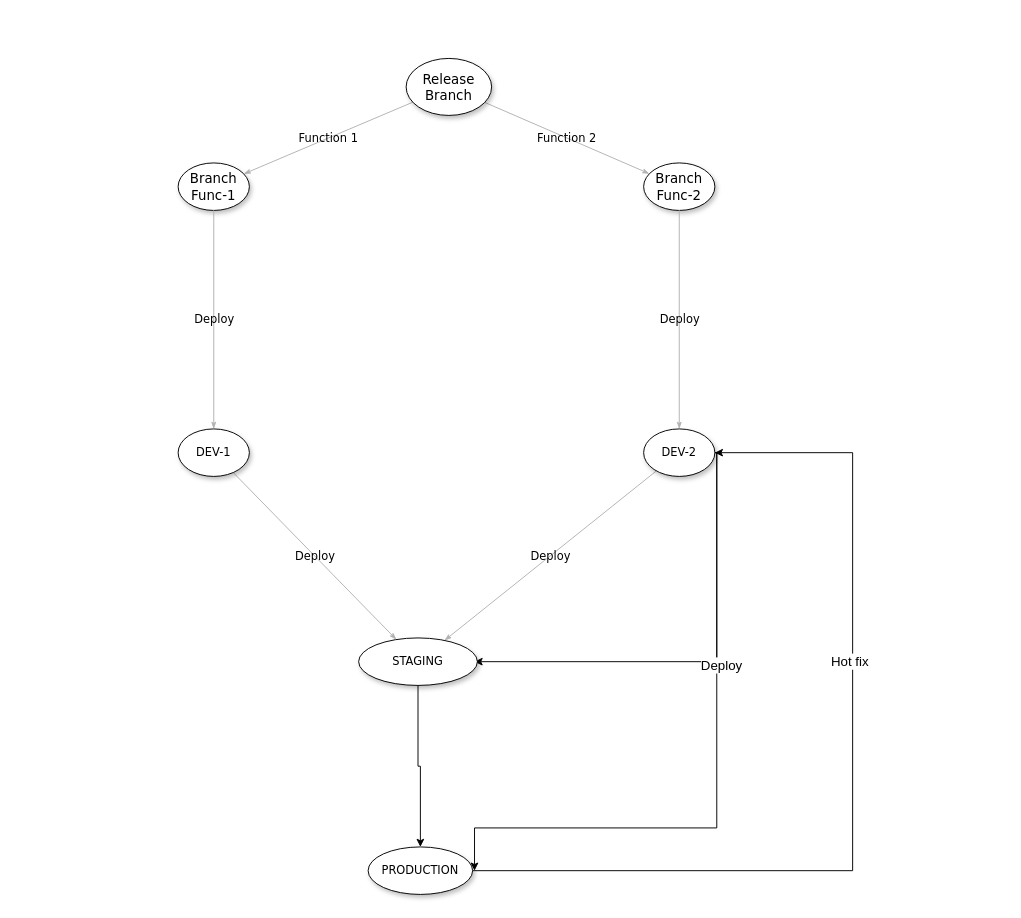
The draw.io diagram Untitled Diagram.drawio in Yangsou/blogNT, before the edit. Source tidied: cells renumbered, new cells numbered last; positions are measured from the earlier drawing's top-left corner, leaving out a move shared by most shapes. Both pictures are drawn from the tidied source at 95%, with x=0, y=0 at pixel (178, 58).
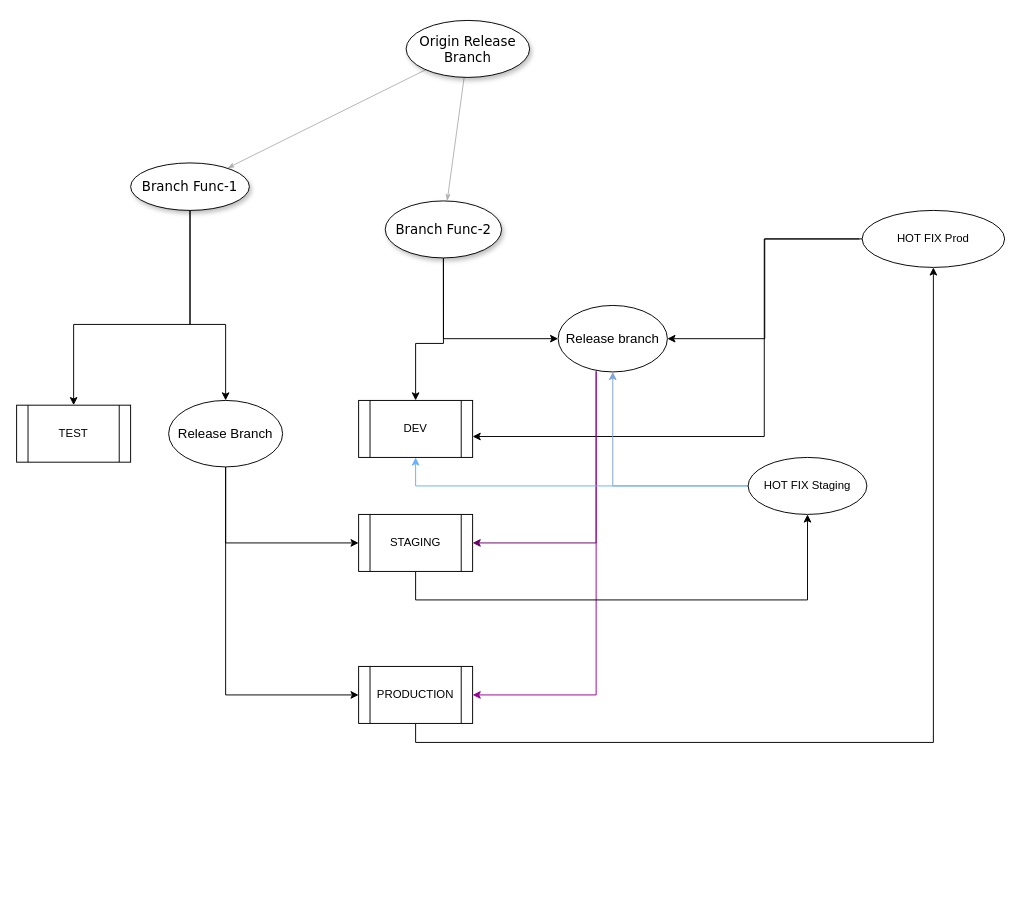
The same diagram, later.

The edit, as a diff of the source:
```diff
@@
-    <mxCell id="2" value="Function 1" style="edgeStyle=none;rounded=1;html=1;labelBackgroundColor=none;startArrow=none;startFill=0;startSize=5;endArrow=classicThin;endFill=1;endSize=5;jettySize=auto;strokeColor=#B3B3B3;strokeWidth=1;fontFamily=Verdana;fontSize=12;" parent="1" edge="1" source="4" target="14">
+    <mxCell id="2" style="edgeStyle=none;rounded=1;html=1;labelBackgroundColor=none;startArrow=none;startFill=0;startSize=5;endArrow=classicThin;endFill=1;endSize=5;jettySize=auto;strokeColor=#B3B3B3;strokeWidth=1;fontFamily=Verdana;fontSize=12;" parent="1" edge="1" source="4" target="14">
       <mxGeometry relative="1" as="geometry" />
     </mxCell>
-    <mxCell id="3" value="Function 2" style="edgeStyle=none;rounded=1;html=1;labelBackgroundColor=none;startArrow=none;startFill=0;startSize=5;endArrow=classicThin;endFill=1;endSize=5;jettySize=auto;strokeColor=#B3B3B3;strokeWidth=1;fontFamily=Verdana;fontSize=12;" parent="1" edge="1" source="4" target="5">
+    <mxCell id="3" style="edgeStyle=none;rounded=1;html=1;labelBackgroundColor=none;startArrow=none;startFill=0;startSize=5;endArrow=classicThin;endFill=1;endSize=5;jettySize=auto;strokeColor=#B3B3B3;strokeWidth=1;fontFamily=Verdana;fontSize=12;" parent="1" edge="1" source="4" target="5">
       <mxGeometry relative="1" as="geometry" />
     </mxCell>
-    <mxCell id="4" value="&lt;font style=&quot;font-size: 14px&quot;&gt;Release Branch&lt;/font&gt;" style="ellipse;whiteSpace=wrap;html=1;rounded=0;shadow=1;comic=0;labelBackgroundColor=none;strokeWidth=1;fontFamily=Verdana;fontSize=12;align=center;" parent="1" vertex="1">
-      <mxGeometry x="240" width="90" height="60" as="geometry" />
+    <mxCell id="4" value="&lt;font style=&quot;font-size: 14px&quot;&gt;Origin Release Branch&lt;/font&gt;" style="ellipse;whiteSpace=wrap;html=1;rounded=0;shadow=1;comic=0;labelBackgroundColor=none;strokeWidth=1;fontFamily=Verdana;fontSize=12;align=center;" parent="1" vertex="1">
+      <mxGeometry x="240" y="-40" width="130" height="60" as="geometry" />
     </mxCell>
+    <mxCell id="21" style="edgeStyle=orthogonalEdgeStyle;rounded=0;jettySize=auto;html=1;entryX=0;entryY=0.5;entryDx=0;entryDy=0;exitX=0.5;exitY=1;exitDx=0;exitDy=0;" parent="1" edge="1" source="5" target="31">
+      <mxGeometry relative="1" as="geometry">
+        <Array as="points">
+          <mxPoint x="279" y="295" />
+        </Array>
+      </mxGeometry>
+    </mxCell>
+    <mxCell id="22" style="edgeStyle=orthogonalEdgeStyle;rounded=0;jettySize=auto;html=1;entryX=0.5;entryY=0;entryDx=0;entryDy=0;strokeColor=#000000;" parent="1" edge="1" source="5" target="36">
+      <mxGeometry relative="1" as="geometry">
+        <Array as="points">
+          <mxPoint x="279" y="300" />
+          <mxPoint x="250" y="300" />
+        </Array>
+      </mxGeometry>
+    </mxCell>
     <mxCell id="5" value="&lt;span&gt;&lt;font style=&quot;font-size: 14px&quot;&gt;Branch Func-2&lt;/font&gt;&lt;/span&gt;" style="ellipse;whiteSpace=wrap;html=1;rounded=0;shadow=1;comic=0;labelBackgroundColor=none;strokeWidth=1;fontFamily=Verdana;fontSize=12;align=center;" parent="1" vertex="1">
-      <mxGeometry x="490" y="110" width="75" height="50" as="geometry" />
+      <mxGeometry x="218" y="150" width="122.5" height="60" as="geometry" />
     </mxCell>
-    <mxCell id="6" value="Deploy" style="edgeStyle=none;rounded=1;html=1;labelBackgroundColor=none;startArrow=none;startFill=0;startSize=5;endArrow=classicThin;endFill=1;endSize=5;jettySize=auto;strokeColor=#B3B3B3;strokeWidth=1;fontFamily=Verdana;fontSize=12;exitX=0.5;exitY=1;exitDx=0;exitDy=0;" parent="1" edge="1" source="5" target="11">
-      <mxGeometry relative="1" as="geometry" />
-    </mxCell>
-    <mxCell id="7" value="Deploy" style="edgeStyle=none;rounded=1;html=1;labelBackgroundColor=none;startArrow=none;startFill=0;startSize=5;endArrow=classicThin;endFill=1;endSize=5;jettySize=auto;strokeColor=#B3B3B3;strokeWidth=1;fontFamily=Verdana;fontSize=12;" parent="1" edge="1" source="11" target="13">
-      <mxGeometry relative="1" as="geometry" />
-    </mxCell>
-    <mxCell id="8" style="edgeStyle=orthogonalEdgeStyle;rounded=0;orthogonalLoop=1;jettySize=auto;html=1;entryX=1;entryY=0.5;entryDx=0;entryDy=0;" parent="1" edge="1">
-      <mxGeometry relative="1" as="geometry">
-        <mxPoint x="562" y="415" as="sourcePoint" />
-        <mxPoint x="312" y="635" as="targetPoint" />
-        <Array as="points">
-          <mxPoint x="567" y="415" />
-          <mxPoint x="567" y="635" />
-        </Array>
-      </mxGeometry>
-    </mxCell>
-    <mxCell id="9" style="edgeStyle=orthogonalEdgeStyle;rounded=0;orthogonalLoop=1;jettySize=auto;html=1;entryX=1;entryY=0.5;entryDx=0;entryDy=0;" parent="1" edge="1">
-      <mxGeometry relative="1" as="geometry">
-        <mxPoint x="562" y="415" as="sourcePoint" />
-        <mxPoint x="312" y="855" as="targetPoint" />
-        <Array as="points">
-          <mxPoint x="567" y="415" />
-          <mxPoint x="567" y="810" />
-          <mxPoint x="312" y="810" />
-        </Array>
-      </mxGeometry>
-    </mxCell>
-    <mxCell id="10" value="&lt;font style=&quot;font-size: 14px&quot;&gt;Deploy&lt;/font&gt;" style="edgeLabel;html=1;align=center;verticalAlign=middle;" parent="9" vertex="1">
-      <mxGeometry x="-0.35" y="4" relative="1" as="geometry" />
-    </mxCell>
-    <mxCell id="11" value="&lt;span&gt;DEV-2&lt;/span&gt;" style="ellipse;whiteSpace=wrap;html=1;rounded=0;shadow=1;comic=0;labelBackgroundColor=none;strokeWidth=1;fontFamily=Verdana;fontSize=12;align=center;" parent="1" vertex="1">
-      <mxGeometry x="490" y="390" width="75" height="50" as="geometry" />
-    </mxCell>
-    <mxCell id="12" style="edgeStyle=orthogonalEdgeStyle;rounded=0;jettySize=auto;html=1;entryX=0.5;entryY=0;entryDx=0;entryDy=0;" parent="1" edge="1" source="13" target="20">
-      <mxGeometry relative="1" as="geometry">
-        <Array as="points">
-          <mxPoint x="253" y="745" />
-          <mxPoint x="255" y="745" />
-        </Array>
-      </mxGeometry>
-    </mxCell>
+    <mxCell id="23" style="edgeStyle=orthogonalEdgeStyle;rounded=0;jettySize=auto;html=1;entryX=0.5;entryY=0;entryDx=0;entryDy=0;exitX=0.5;exitY=1;exitDx=0;exitDy=0;" parent="1" edge="1" source="14" target="40">
+      <mxGeometry relative="1" as="geometry">
+        <Array as="points">
+          <mxPoint x="13" y="280" />
+          <mxPoint x="50" y="280" />
+        </Array>
+      </mxGeometry>
+    </mxCell>
+    <mxCell id="24" style="edgeStyle=orthogonalEdgeStyle;rounded=0;jettySize=auto;html=1;entryX=0.5;entryY=0;entryDx=0;entryDy=0;" parent="1" edge="1" source="14" target="37">
+      <mxGeometry relative="1" as="geometry">
+        <Array as="points">
+          <mxPoint x="13" y="280" />
+          <mxPoint x="-110" y="280" />
+        </Array>
+      </mxGeometry>
+    </mxCell>
+    <mxCell id="14" value="&lt;font style=&quot;font-size: 14px&quot;&gt;Branch Func-1&lt;/font&gt;" style="ellipse;whiteSpace=wrap;html=1;rounded=0;shadow=1;comic=0;labelBackgroundColor=none;strokeWidth=1;fontFamily=Verdana;fontSize=12;align=center;" parent="1" vertex="1">
+      <mxGeometry x="-50" y="110" width="125" height="50" as="geometry" />
+    </mxCell>
+    <mxCell id="25" style="edgeStyle=orthogonalEdgeStyle;rounded=0;jettySize=auto;html=1;entryX=0.5;entryY=1;entryDx=0;entryDy=0;exitX=0.5;exitY=1;exitDx=0;exitDy=0;" parent="1" edge="1" source="20" target="28">
+      <mxGeometry relative="1" as="geometry" />
+    </mxCell>
+    <mxCell id="26" style="edgeStyle=orthogonalEdgeStyle;rounded=0;jettySize=auto;html=1;exitX=0;exitY=0.5;exitDx=0;exitDy=0;entryX=1;entryY=0.633;entryDx=0;entryDy=0;entryPerimeter=0;" parent="1" edge="1" target="36">
+      <mxGeometry relative="1" as="geometry">
+        <mxPoint x="717" y="190" as="sourcePoint" />
+        <Array as="points">
+          <mxPoint x="617" y="190" />
+          <mxPoint x="617" y="398" />
+        </Array>
+      </mxGeometry>
+    </mxCell>
+    <mxCell id="27" style="edgeStyle=orthogonalEdgeStyle;rounded=0;jettySize=auto;html=1;entryX=1;entryY=0.5;entryDx=0;entryDy=0;" parent="1" edge="1" source="28" target="31">
+      <mxGeometry relative="1" as="geometry" />
+    </mxCell>
+    <mxCell id="28" value="HOT FIX Prod" style="ellipse;whiteSpace=wrap;html=1;" parent="1" vertex="1">
+      <mxGeometry x="720" y="160" width="150" height="60" as="geometry" />
+    </mxCell>
+    <mxCell id="29" style="edgeStyle=orthogonalEdgeStyle;rounded=0;jettySize=auto;html=1;entryX=1;entryY=0.5;entryDx=0;entryDy=0;strokeColor=#660066;" parent="1" edge="1" source="31" target="13">
+      <mxGeometry relative="1" as="geometry">
+        <Array as="points">
+          <mxPoint x="440" y="510" />
+        </Array>
+      </mxGeometry>
+    </mxCell>
+    <mxCell id="30" style="edgeStyle=orthogonalEdgeStyle;rounded=0;jettySize=auto;html=1;exitX=0.348;exitY=1;exitDx=0;exitDy=0;exitPerimeter=0;strokeColor=#990099;shadow=0;entryX=1;entryY=0.5;entryDx=0;entryDy=0;" parent="1" edge="1" source="31" target="20">
+      <mxGeometry relative="1" as="geometry">
+        <Array as="points">
+          <mxPoint x="440" y="670" />
+        </Array>
+      </mxGeometry>
+    </mxCell>
+    <mxCell id="31" value="&lt;font style=&quot;font-size: 14px&quot;&gt;Release branch&lt;/font&gt;" style="ellipse;whiteSpace=wrap;html=1;" parent="1" vertex="1">
+      <mxGeometry x="400" y="260" width="115" height="70" as="geometry" />
+    </mxCell>
+    <mxCell id="32" style="edgeStyle=orthogonalEdgeStyle;rounded=0;jettySize=auto;html=1;entryX=0.5;entryY=1;entryDx=0;entryDy=0;exitX=0;exitY=0.5;exitDx=0;exitDy=0;strokeColor=#7EA6E0;" parent="1" edge="1" source="34" target="31">
+      <mxGeometry relative="1" as="geometry" />
+    </mxCell>
+    <mxCell id="33" style="edgeStyle=orthogonalEdgeStyle;rounded=0;jettySize=auto;html=1;entryX=0.5;entryY=1;entryDx=0;entryDy=0;strokeColor=#66B2FF;" parent="1" edge="1" source="34" target="36">
+      <mxGeometry relative="1" as="geometry">
+        <Array as="points">
+          <mxPoint x="250" y="450" />
+        </Array>
+      </mxGeometry>
+    </mxCell>
+    <mxCell id="34" value="HOT FIX Staging" style="ellipse;whiteSpace=wrap;html=1;" parent="1" vertex="1">
+      <mxGeometry x="600" y="420" width="125" height="60" as="geometry" />
+    </mxCell>
+    <mxCell id="35" style="edgeStyle=orthogonalEdgeStyle;rounded=0;jettySize=auto;html=1;entryX=0.5;entryY=1;entryDx=0;entryDy=0;shadow=0;strokeColor=#000000;" parent="1" edge="1" source="13" target="34">
+      <mxGeometry relative="1" as="geometry">
+        <Array as="points">
+          <mxPoint x="250" y="570" />
+          <mxPoint x="663" y="570" />
+        </Array>
+      </mxGeometry>
+    </mxCell>
-    <mxCell id="13" value="STAGING" style="ellipse;whiteSpace=wrap;html=1;rounded=0;shadow=1;comic=0;labelBackgroundColor=none;strokeWidth=1;fontFamily=Verdana;fontSize=12;align=center;" parent="1" vertex="1">
-      <mxGeometry x="190" y="610" width="125" height="50" as="geometry" />
+    <mxCell id="13" value="STAGING" style="shape=process;whiteSpace=wrap;html=1;backgroundOutline=1;" parent="1" vertex="1">
+      <mxGeometry x="190" y="480" width="120" height="60" as="geometry" />
     </mxCell>
-    <mxCell id="14" value="&lt;font style=&quot;font-size: 14px&quot;&gt;Branch Func-1&lt;/font&gt;" style="ellipse;whiteSpace=wrap;html=1;rounded=0;shadow=1;comic=0;labelBackgroundColor=none;strokeWidth=1;fontFamily=Verdana;fontSize=12;align=center;" parent="1" vertex="1">
-      <mxGeometry y="110" width="75" height="50" as="geometry" />
-    </mxCell>
-    <mxCell id="15" value="Deploy" style="edgeStyle=none;rounded=1;html=1;labelBackgroundColor=none;startArrow=none;startFill=0;startSize=5;endArrow=classicThin;endFill=1;endSize=5;jettySize=auto;strokeColor=#B3B3B3;strokeWidth=1;fontFamily=Verdana;fontSize=12;exitX=0.5;exitY=1;exitDx=0;exitDy=0;" parent="1" edge="1" source="14" target="17">
-      <mxGeometry relative="1" as="geometry" />
-    </mxCell>
-    <mxCell id="16" value="Deploy" style="edgeStyle=none;rounded=1;html=1;labelBackgroundColor=none;startArrow=none;startFill=0;startSize=5;endArrow=classicThin;endFill=1;endSize=5;jettySize=auto;strokeColor=#B3B3B3;strokeWidth=1;fontFamily=Verdana;fontSize=12;" parent="1" edge="1" source="17" target="13">
-      <mxGeometry relative="1" as="geometry" />
-    </mxCell>
-    <mxCell id="17" value="&lt;span&gt;DEV-1&lt;/span&gt;" style="ellipse;whiteSpace=wrap;html=1;rounded=0;shadow=1;comic=0;labelBackgroundColor=none;strokeWidth=1;fontFamily=Verdana;fontSize=12;align=center;" parent="1" vertex="1">
-      <mxGeometry y="390" width="75" height="50" as="geometry" />
-    </mxCell>
-    <mxCell id="18" style="edgeStyle=orthogonalEdgeStyle;rounded=0;jettySize=auto;html=1;entryX=1;entryY=0.5;entryDx=0;entryDy=0;" parent="1" edge="1" source="20" target="11">
-      <mxGeometry relative="1" as="geometry">
-        <Array as="points">
-          <mxPoint x="710" y="855" />
-          <mxPoint x="710" y="415" />
-        </Array>
-      </mxGeometry>
-    </mxCell>
-    <mxCell id="19" value="&lt;font style=&quot;font-size: 14px&quot;&gt;Hot fix&lt;/font&gt;" style="edgeLabel;html=1;align=center;verticalAlign=middle;" parent="18" vertex="1">
-      <mxGeometry x="0.26" y="4" relative="1" as="geometry" />
-    </mxCell>
-    <mxCell id="20" value="PRODUCTION" style="ellipse;whiteSpace=wrap;html=1;rounded=0;shadow=1;comic=0;labelBackgroundColor=none;strokeWidth=1;fontFamily=Verdana;fontSize=12;align=center;" parent="1" vertex="1">
-      <mxGeometry x="200" y="830" width="110" height="50" as="geometry" />
+    <mxCell id="20" value="PRODUCTION" style="shape=process;whiteSpace=wrap;html=1;backgroundOutline=1;" parent="1" vertex="1">
+      <mxGeometry x="190" y="640" width="120" height="60" as="geometry" />
     </mxCell>
+    <mxCell id="36" value="DEV" style="shape=process;whiteSpace=wrap;html=1;backgroundOutline=1;" parent="1" vertex="1">
+      <mxGeometry x="190" y="360" width="120" height="60" as="geometry" />
+    </mxCell>
+    <mxCell id="37" value="TEST" style="shape=process;whiteSpace=wrap;html=1;backgroundOutline=1;" parent="1" vertex="1">
+      <mxGeometry x="-170" y="365" width="120" height="60" as="geometry" />
+    </mxCell>
+    <mxCell id="38" style="edgeStyle=orthogonalEdgeStyle;rounded=0;jettySize=auto;html=1;entryX=0;entryY=0.5;entryDx=0;entryDy=0;exitX=0.5;exitY=1;exitDx=0;exitDy=0;" parent="1" edge="1" source="40" target="13">
+      <mxGeometry relative="1" as="geometry" />
+    </mxCell>
+    <mxCell id="39" style="edgeStyle=orthogonalEdgeStyle;rounded=0;jettySize=auto;html=1;exitX=0.5;exitY=1;exitDx=0;exitDy=0;" parent="1" edge="1" source="40">
+      <mxGeometry relative="1" as="geometry">
+        <mxPoint x="190" y="670" as="targetPoint" />
+        <Array as="points">
+          <mxPoint x="50" y="670" />
+          <mxPoint x="190" y="670" />
+        </Array>
+      </mxGeometry>
+    </mxCell>
+    <mxCell id="40" value="&lt;font style=&quot;font-size: 14px&quot;&gt;Release Branch&lt;/font&gt;" style="ellipse;whiteSpace=wrap;html=1;" parent="1" vertex="1">
+      <mxGeometry x="-10" y="360" width="120" height="70" as="geometry" />
+    </mxCell>
```
